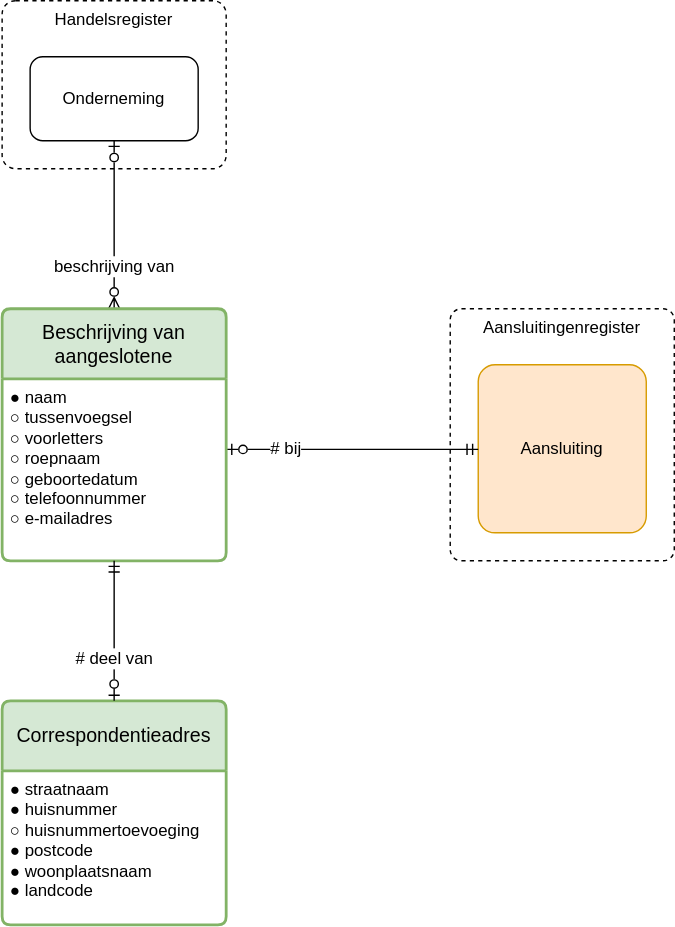
sefanja/nbnl-conceptuele-informatiemodellen keeps this draw.io diagram as modellen/registers/aangeslotenenregister/1.0.0/model.drawio.svg. Above is the earlier version. Source tidied: cells renumbered, new cells last; positions are measured from the earlier drawing's top-left corner, leaving out a move shared by most shapes. Source of this version:
```xml
<mxGraphModel>
  <root>
    <mxCell id="0" />
    <mxCell id="1" parent="0" />
    <mxCell id="2" value="Handelsregister" style="rounded=1;whiteSpace=wrap;html=1;verticalAlign=top;dashed=1;arcSize=8;" parent="1" vertex="1">
      <mxGeometry width="160" height="120" as="geometry" />
    </mxCell>
    <mxCell id="3" value="Aansluitingenregister" style="rounded=1;whiteSpace=wrap;html=1;verticalAlign=top;dashed=1;arcSize=5;" parent="1" vertex="1">
      <mxGeometry x="320" y="220" width="160" height="180" as="geometry" />
    </mxCell>
    <mxCell id="4" value="Aansluiting" style="rounded=1;arcSize=10;whiteSpace=wrap;html=1;align=center;fillColor=#ffe6cc;strokeColor=#d79b00;" parent="1" vertex="1">
      <mxGeometry x="340" y="260" width="120" height="120" as="geometry" />
    </mxCell>
    <mxCell id="5" value="# bij" style="edgeStyle=elbowEdgeStyle;fontSize=12;html=1;endArrow=ERmandOne;startArrow=ERzeroToOne;rounded=0;endFill=0;startFill=0;elbow=vertical;align=left;" parent="1" edge="1" source="8" target="4">
      <mxGeometry x="-0.67" relative="1" as="geometry" />
    </mxCell>
    <mxCell id="6" value="Onderneming" style="rounded=1;whiteSpace=wrap;html=1;" parent="1" vertex="1">
      <mxGeometry x="20" y="40" width="120" height="60" as="geometry" />
    </mxCell>
    <mxCell id="7" value="beschrijving van" style="fontSize=12;html=1;endArrow=ERzeroToOne;startArrow=ERzeroToMany;rounded=0;endFill=0;startFill=0;elbow=vertical;align=center;" parent="1" edge="1" source="8" target="6">
      <mxGeometry x="-0.5" relative="1" as="geometry" />
    </mxCell>
    <mxCell id="8" value="&lt;div&gt;&lt;span style=&quot;background-color: transparent; color: light-dark(rgb(0, 0, 0), rgb(255, 255, 255));&quot;&gt;Beschrijving van aangeslotene&lt;/span&gt;&lt;/div&gt;" style="swimlane;horizontal=1;startSize=50;rounded=1;fontSize=14;fontStyle=0;strokeWidth=2;shadow=0;dashed=0;align=center;arcSize=4;whiteSpace=wrap;html=1;fillColor=#d5e8d4;strokeColor=#82b366;" parent="1" vertex="1">
      <mxGeometry y="220" width="160" height="180" as="geometry" />
    </mxCell>
    <mxCell id="9" value="&lt;div&gt;● naam&lt;/div&gt;○ tussenvoegsel&lt;div&gt;○ voorletters&lt;/div&gt;&lt;div&gt;○ roepnaam&lt;/div&gt;&lt;div&gt;○ geboortedatum&lt;/div&gt;&lt;div&gt;&lt;span style=&quot;background-color: transparent; color: light-dark(rgb(0, 0, 0), rgb(255, 255, 255));&quot;&gt;○ telefoonnummer&lt;/span&gt;&lt;/div&gt;&lt;div&gt;&lt;div&gt;○ e-mailadres&lt;/div&gt;&lt;/div&gt;" style="align=left;strokeColor=none;fillColor=none;spacingLeft=4;spacingRight=4;fontSize=12;verticalAlign=top;html=1;whiteSpace=wrap;" parent="8" vertex="1">
      <mxGeometry y="50" width="160" height="130" as="geometry" />
    </mxCell>
    <mxCell id="10" value="&lt;div&gt;Correspondentieadres&lt;/div&gt;" style="swimlane;horizontal=1;startSize=50;rounded=1;fontSize=14;fontStyle=0;strokeWidth=2;shadow=0;dashed=0;align=center;arcSize=4;whiteSpace=wrap;html=1;fillColor=#d5e8d4;strokeColor=#82b366;" parent="1" vertex="1">
      <mxGeometry y="500" width="160" height="160" as="geometry" />
    </mxCell>
    <mxCell id="11" value="&lt;div&gt;&lt;span style=&quot;background-color: transparent; color: light-dark(rgb(0, 0, 0), rgb(255, 255, 255));&quot;&gt;●&lt;/span&gt;&amp;nbsp;straatnaam&lt;/div&gt;&lt;div&gt;&lt;span style=&quot;background-color: transparent; color: light-dark(rgb(0, 0, 0), rgb(255, 255, 255));&quot;&gt;●&lt;/span&gt;&amp;nbsp;huisnummer&lt;/div&gt;&lt;div&gt;○ huisnummertoevoeging&lt;/div&gt;&lt;div&gt;&lt;span style=&quot;background-color: transparent; color: light-dark(rgb(0, 0, 0), rgb(255, 255, 255));&quot;&gt;●&lt;/span&gt;&amp;nbsp;postcode&lt;/div&gt;&lt;div&gt;&lt;span style=&quot;background-color: transparent; color: light-dark(rgb(0, 0, 0), rgb(255, 255, 255));&quot;&gt;●&lt;/span&gt;&amp;nbsp;woonplaatsnaam&lt;/div&gt;&lt;div&gt;&lt;span style=&quot;background-color: transparent; color: light-dark(rgb(0, 0, 0), rgb(255, 255, 255));&quot;&gt;●&lt;/span&gt;&amp;nbsp;landcode&lt;/div&gt;" style="align=left;strokeColor=none;fillColor=none;spacingLeft=4;spacingRight=4;fontSize=12;verticalAlign=top;html=1;whiteSpace=wrap;" parent="10" vertex="1">
      <mxGeometry y="50" width="160" height="110" as="geometry" />
    </mxCell>
    <mxCell id="12" value="# deel van" style="edgeStyle=elbowEdgeStyle;fontSize=12;html=1;endArrow=ERmandOne;startArrow=ERzeroToOne;rounded=0;endFill=0;startFill=0;elbow=vertical;align=center;" parent="1" edge="1" source="10" target="8">
      <mxGeometry x="-0.4" relative="1" as="geometry" />
    </mxCell>
  </root>
</mxGraphModel>
```
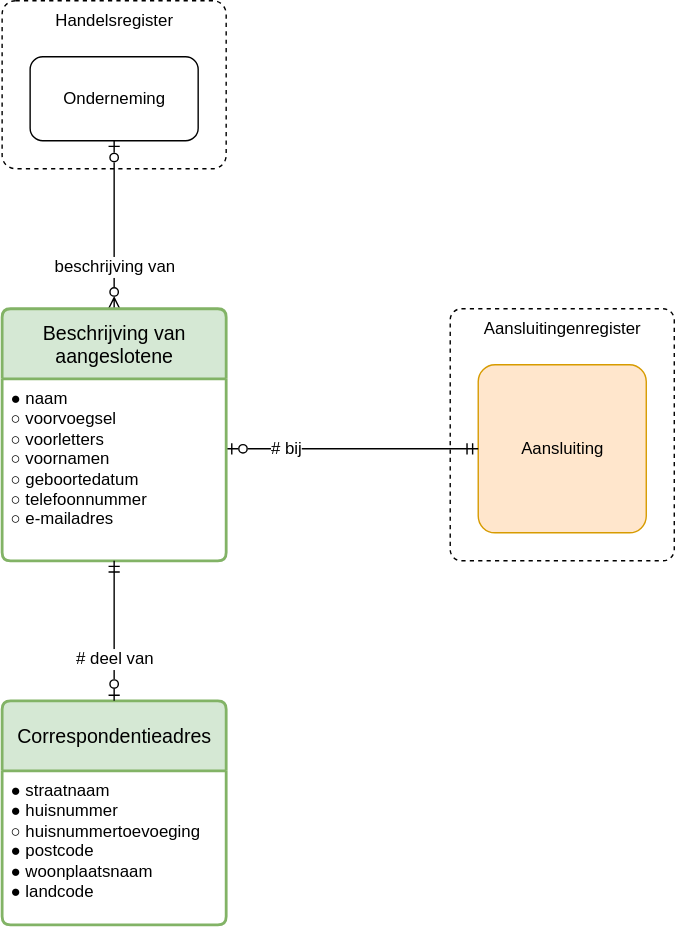
Later version of the same file.

The edit, as a diff of the source:
```diff
@@ -23,7 +23,7 @@
     <mxCell id="8" value="&lt;div&gt;&lt;span style=&quot;background-color: transparent; color: light-dark(rgb(0, 0, 0), rgb(255, 255, 255));&quot;&gt;Beschrijving van aangeslotene&lt;/span&gt;&lt;/div&gt;" style="swimlane;horizontal=1;startSize=50;rounded=1;fontSize=14;fontStyle=0;strokeWidth=2;shadow=0;dashed=0;align=center;arcSize=4;whiteSpace=wrap;html=1;fillColor=#d5e8d4;strokeColor=#82b366;" parent="1" vertex="1">
       <mxGeometry y="220" width="160" height="180" as="geometry" />
     </mxCell>
-    <mxCell id="9" value="&lt;div&gt;● naam&lt;/div&gt;○ tussenvoegsel&lt;div&gt;○ voorletters&lt;/div&gt;&lt;div&gt;○ roepnaam&lt;/div&gt;&lt;div&gt;○ geboortedatum&lt;/div&gt;&lt;div&gt;&lt;span style=&quot;background-color: transparent; color: light-dark(rgb(0, 0, 0), rgb(255, 255, 255));&quot;&gt;○ telefoonnummer&lt;/span&gt;&lt;/div&gt;&lt;div&gt;&lt;div&gt;○ e-mailadres&lt;/div&gt;&lt;/div&gt;" style="align=left;strokeColor=none;fillColor=none;spacingLeft=4;spacingRight=4;fontSize=12;verticalAlign=top;html=1;whiteSpace=wrap;" parent="8" vertex="1">
+    <mxCell id="9" value="&lt;div&gt;● naam&lt;/div&gt;○ voorvoegsel&lt;div&gt;○ voorletters&lt;/div&gt;&lt;div&gt;○ voornamen&lt;/div&gt;&lt;div&gt;○ geboortedatum&lt;/div&gt;&lt;div&gt;&lt;span style=&quot;background-color: transparent; color: light-dark(rgb(0, 0, 0), rgb(255, 255, 255));&quot;&gt;○ telefoonnummer&lt;/span&gt;&lt;/div&gt;&lt;div&gt;&lt;div&gt;○ e-mailadres&lt;/div&gt;&lt;/div&gt;" style="align=left;strokeColor=none;fillColor=none;spacingLeft=4;spacingRight=4;fontSize=12;verticalAlign=top;html=1;whiteSpace=wrap;" parent="8" vertex="1">
       <mxGeometry y="50" width="160" height="130" as="geometry" />
     </mxCell>
     <mxCell id="10" value="&lt;div&gt;Correspondentieadres&lt;/div&gt;" style="swimlane;horizontal=1;startSize=50;rounded=1;fontSize=14;fontStyle=0;strokeWidth=2;shadow=0;dashed=0;align=center;arcSize=4;whiteSpace=wrap;html=1;fillColor=#d5e8d4;strokeColor=#82b366;" parent="1" vertex="1">
```
